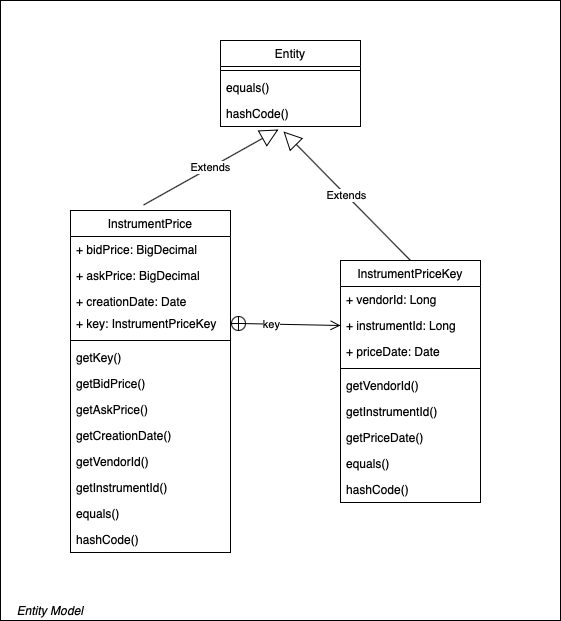
Earlier version of the draw.io export images/entity-model.png (kishorechk/vendor-price-aggregator). Source tidied: cells renumbered, new cells last; positions are measured from the earlier drawing's top-left corner, leaving out a move shared by most shapes. Its diagram source:
```xml
<mxGraphModel>
  <root>
    <mxCell id="0" />
    <mxCell id="1" parent="0" />
    <mxCell id="2" style="rounded=0;whiteSpace=wrap;html=1;" parent="1" vertex="1">
      <mxGeometry width="560" height="620" as="geometry" />
    </mxCell>
    <mxCell id="3" value="InstrumentPrice" style="swimlane;fontStyle=0;horizontal=1;startSize=26;fillColor=none;" parent="1" vertex="1">
      <mxGeometry x="70" y="210" width="160" height="342" as="geometry" />
    </mxCell>
    <mxCell id="4" value="+ bidPrice: BigDecimal" style="text;strokeColor=none;fillColor=none;align=left;verticalAlign=top;spacingLeft=4;spacingRight=4;overflow=hidden;" parent="3" vertex="1">
      <mxGeometry y="26" width="160" height="26" as="geometry" />
    </mxCell>
    <mxCell id="5" value="+ askPrice: BigDecimal" style="text;strokeColor=none;fillColor=none;align=left;verticalAlign=top;spacingLeft=4;spacingRight=4;overflow=hidden;" parent="3" vertex="1">
      <mxGeometry y="52" width="160" height="26" as="geometry" />
    </mxCell>
    <mxCell id="6" value="+ creationDate: Date" style="text;strokeColor=none;fillColor=none;align=left;verticalAlign=top;spacingLeft=4;spacingRight=4;overflow=hidden;" parent="3" vertex="1">
      <mxGeometry y="78" width="160" height="22" as="geometry" />
    </mxCell>
    <mxCell id="7" value="+ key: InstrumentPriceKey" style="text;strokeColor=none;fillColor=none;align=left;verticalAlign=top;spacingLeft=4;spacingRight=4;overflow=hidden;points=[[0,0.5],[1,0.5]];portConstraint=eastwest;" parent="3" vertex="1">
      <mxGeometry y="100" width="160" height="26" as="geometry" />
    </mxCell>
    <mxCell id="8" style="line;strokeWidth=1;fillColor=none;align=left;verticalAlign=middle;spacingTop=-1;spacingLeft=3;spacingRight=3;labelPosition=right;" parent="3" vertex="1">
      <mxGeometry y="126" width="160" height="8" as="geometry" />
    </mxCell>
    <mxCell id="9" value="getKey()" style="text;strokeColor=none;fillColor=none;align=left;verticalAlign=top;spacingLeft=4;spacingRight=4;overflow=hidden;" parent="3" vertex="1">
      <mxGeometry y="134" width="160" height="26" as="geometry" />
    </mxCell>
    <mxCell id="10" value="getBidPrice()" style="text;strokeColor=none;fillColor=none;align=left;verticalAlign=top;spacingLeft=4;spacingRight=4;overflow=hidden;" parent="3" vertex="1">
      <mxGeometry y="160" width="160" height="26" as="geometry" />
    </mxCell>
    <mxCell id="11" value="getAskPrice()" style="text;strokeColor=none;fillColor=none;align=left;verticalAlign=top;spacingLeft=4;spacingRight=4;overflow=hidden;" parent="3" vertex="1">
      <mxGeometry y="186" width="160" height="26" as="geometry" />
    </mxCell>
    <mxCell id="12" value="getCreationDate()" style="text;strokeColor=none;fillColor=none;align=left;verticalAlign=top;spacingLeft=4;spacingRight=4;overflow=hidden;" parent="3" vertex="1">
      <mxGeometry y="212" width="160" height="26" as="geometry" />
    </mxCell>
    <mxCell id="13" value="getVendorId()" style="text;strokeColor=none;fillColor=none;align=left;verticalAlign=top;spacingLeft=4;spacingRight=4;overflow=hidden;" parent="3" vertex="1">
      <mxGeometry y="238" width="160" height="26" as="geometry" />
    </mxCell>
    <mxCell id="14" value="getInstrumentId()" style="text;strokeColor=none;fillColor=none;align=left;verticalAlign=top;spacingLeft=4;spacingRight=4;overflow=hidden;" parent="3" vertex="1">
      <mxGeometry y="264" width="160" height="26" as="geometry" />
    </mxCell>
    <mxCell id="15" value="equals()" style="text;strokeColor=none;fillColor=none;align=left;verticalAlign=top;spacingLeft=4;spacingRight=4;overflow=hidden;" parent="3" vertex="1">
      <mxGeometry y="290" width="160" height="26" as="geometry" />
    </mxCell>
    <mxCell id="16" value="hashCode()" style="text;strokeColor=none;fillColor=none;align=left;verticalAlign=top;spacingLeft=4;spacingRight=4;overflow=hidden;" parent="3" vertex="1">
      <mxGeometry y="316" width="160" height="26" as="geometry" />
    </mxCell>
    <mxCell id="17" value="InstrumentPriceKey" style="swimlane;fontStyle=0;horizontal=1;startSize=26;fillColor=none;" parent="1" vertex="1">
      <mxGeometry x="340" y="260" width="140" height="242" as="geometry" />
    </mxCell>
    <mxCell id="18" value="+ vendorId: Long" style="text;strokeColor=none;fillColor=none;align=left;verticalAlign=top;spacingLeft=4;spacingRight=4;overflow=hidden;" parent="17" vertex="1">
      <mxGeometry y="26" width="140" height="26" as="geometry" />
    </mxCell>
    <mxCell id="19" value="+ instrumentId: Long" style="text;strokeColor=none;fillColor=none;align=left;verticalAlign=top;spacingLeft=4;spacingRight=4;overflow=hidden;points=[[0,0.5],[1,0.5]];portConstraint=eastwest;" parent="17" vertex="1">
      <mxGeometry y="52" width="140" height="26" as="geometry" />
    </mxCell>
    <mxCell id="20" value="+ priceDate: Date" style="text;strokeColor=none;fillColor=none;align=left;verticalAlign=top;spacingLeft=4;spacingRight=4;overflow=hidden;" parent="17" vertex="1">
      <mxGeometry y="78" width="140" height="26" as="geometry" />
    </mxCell>
    <mxCell id="21" style="line;strokeWidth=1;fillColor=none;align=left;verticalAlign=middle;spacingTop=-1;spacingLeft=3;spacingRight=3;labelPosition=right;" parent="17" vertex="1">
      <mxGeometry y="104" width="140" height="8" as="geometry" />
    </mxCell>
    <mxCell id="22" value="getVendorId()" style="text;strokeColor=none;fillColor=none;align=left;verticalAlign=top;spacingLeft=4;spacingRight=4;overflow=hidden;" parent="17" vertex="1">
      <mxGeometry y="112" width="140" height="26" as="geometry" />
    </mxCell>
    <mxCell id="23" value="getInstrumentId()" style="text;strokeColor=none;fillColor=none;align=left;verticalAlign=top;spacingLeft=4;spacingRight=4;overflow=hidden;" parent="17" vertex="1">
      <mxGeometry y="138" width="140" height="26" as="geometry" />
    </mxCell>
    <mxCell id="24" value="getPriceDate()" style="text;strokeColor=none;fillColor=none;align=left;verticalAlign=top;spacingLeft=4;spacingRight=4;overflow=hidden;" parent="17" vertex="1">
      <mxGeometry y="164" width="140" height="26" as="geometry" />
    </mxCell>
    <mxCell id="25" value="equals()" style="text;strokeColor=none;fillColor=none;align=left;verticalAlign=top;spacingLeft=4;spacingRight=4;overflow=hidden;" parent="17" vertex="1">
      <mxGeometry y="190" width="140" height="26" as="geometry" />
    </mxCell>
    <mxCell id="26" value="hashCode()" style="text;strokeColor=none;fillColor=none;align=left;verticalAlign=top;spacingLeft=4;spacingRight=4;overflow=hidden;" parent="17" vertex="1">
      <mxGeometry y="216" width="140" height="26" as="geometry" />
    </mxCell>
    <mxCell id="27" style="endArrow=open;startArrow=circlePlus;endFill=0;startFill=0;endSize=8;html=1;entryX=0;entryY=0.5;entryDx=0;entryDy=0;" parent="1" edge="1" source="7" target="19">
      <mxGeometry relative="1" as="geometry">
        <Array as="points">
          <mxPoint x="240" y="323" />
        </Array>
      </mxGeometry>
    </mxCell>
    <mxCell id="28" value="key" style="edgeLabel;html=1;align=center;verticalAlign=middle;" parent="27" vertex="1">
      <mxGeometry x="-0.25" relative="1" as="geometry" />
    </mxCell>
    <mxCell id="29" value="Extends" style="endArrow=block;endSize=16;endFill=0;html=1;entryX=0.414;entryY=1.115;entryDx=0;entryDy=0;exitX=0.456;exitY=-0.016;exitDx=0;exitDy=0;exitPerimeter=0;entryPerimeter=0;" parent="1" edge="1" source="3" target="34">
      <mxGeometry relative="1" as="geometry" />
    </mxCell>
    <mxCell id="30" value="Extends" style="endArrow=block;endSize=16;endFill=0;html=1;exitX=0.5;exitY=0;exitDx=0;exitDy=0;entryX=0.45;entryY=1.192;entryDx=0;entryDy=0;entryPerimeter=0;" parent="1" edge="1" source="17" target="34">
      <mxGeometry relative="1" as="geometry" />
    </mxCell>
    <mxCell id="31" value="Entity" style="swimlane;fontStyle=0;horizontal=1;startSize=26;fillColor=none;" parent="1" vertex="1">
      <mxGeometry x="220" y="40" width="140" height="86" as="geometry" />
    </mxCell>
    <mxCell id="32" style="line;strokeWidth=1;fillColor=none;align=left;verticalAlign=middle;spacingTop=-1;spacingLeft=3;spacingRight=3;labelPosition=right;" parent="31" vertex="1">
      <mxGeometry y="26" width="140" height="8" as="geometry" />
    </mxCell>
    <mxCell id="33" value="equals()" style="text;strokeColor=none;fillColor=none;align=left;verticalAlign=top;spacingLeft=4;spacingRight=4;overflow=hidden;" parent="31" vertex="1">
      <mxGeometry y="34" width="140" height="26" as="geometry" />
    </mxCell>
    <mxCell id="34" value="hashCode()" style="text;strokeColor=none;fillColor=none;align=left;verticalAlign=top;spacingLeft=4;spacingRight=4;overflow=hidden;points=[[0,0.5],[1,0.5]];portConstraint=eastwest;" parent="31" vertex="1">
      <mxGeometry y="60" width="140" height="26" as="geometry" />
    </mxCell>
    <mxCell id="35" value="Entity Model" style="text;html=1;strokeColor=none;fillColor=none;align=center;verticalAlign=middle;whiteSpace=wrap;rounded=0;fontStyle=2;" parent="1" vertex="1">
      <mxGeometry y="600" width="100" height="20" as="geometry" />
    </mxCell>
  </root>
</mxGraphModel>
```
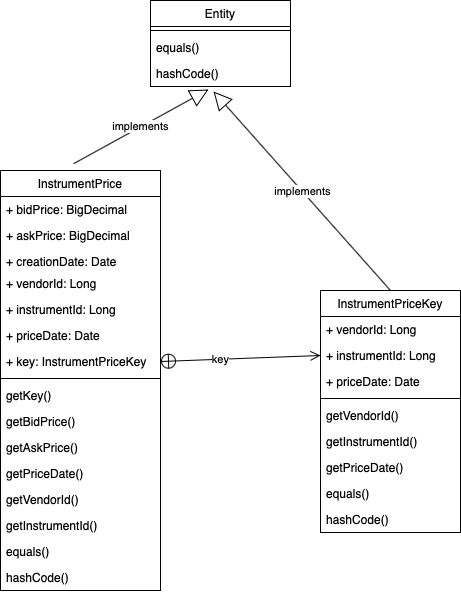
After the change.

Commit message:
added entity model

The edit, as a diff of the source:
```diff
@@ -2,11 +2,8 @@
   <root>
     <mxCell id="0" />
     <mxCell id="1" parent="0" />
-    <mxCell id="2" style="rounded=0;whiteSpace=wrap;html=1;" parent="1" vertex="1">
-      <mxGeometry width="560" height="620" as="geometry" />
-    </mxCell>
     <mxCell id="3" value="InstrumentPrice" style="swimlane;fontStyle=0;horizontal=1;startSize=26;fillColor=none;" parent="1" vertex="1">
-      <mxGeometry x="70" y="210" width="160" height="342" as="geometry" />
+      <mxGeometry x="70" y="210" width="160" height="420" as="geometry" />
     </mxCell>
     <mxCell id="4" value="+ bidPrice: BigDecimal" style="text;strokeColor=none;fillColor=none;align=left;verticalAlign=top;spacingLeft=4;spacingRight=4;overflow=hidden;" parent="3" vertex="1">
       <mxGeometry y="26" width="160" height="26" as="geometry" />
@@ -17,38 +14,47 @@
     <mxCell id="6" value="+ creationDate: Date" style="text;strokeColor=none;fillColor=none;align=left;verticalAlign=top;spacingLeft=4;spacingRight=4;overflow=hidden;" parent="3" vertex="1">
       <mxGeometry y="78" width="160" height="22" as="geometry" />
     </mxCell>
+    <mxCell id="36" value="+ vendorId: Long" style="text;strokeColor=none;fillColor=none;align=left;verticalAlign=top;spacingLeft=4;spacingRight=4;overflow=hidden;" parent="3" vertex="1">
+      <mxGeometry y="100" width="160" height="26" as="geometry" />
+    </mxCell>
+    <mxCell id="37" value="+ instrumentId: Long" style="text;strokeColor=none;fillColor=none;align=left;verticalAlign=top;spacingLeft=4;spacingRight=4;overflow=hidden;" parent="3" vertex="1">
+      <mxGeometry y="126" width="160" height="26" as="geometry" />
+    </mxCell>
+    <mxCell id="38" value="+ priceDate: Date" style="text;strokeColor=none;fillColor=none;align=left;verticalAlign=top;spacingLeft=4;spacingRight=4;overflow=hidden;" parent="3" vertex="1">
+      <mxGeometry y="152" width="160" height="26" as="geometry" />
+    </mxCell>
     <mxCell id="7" value="+ key: InstrumentPriceKey" style="text;strokeColor=none;fillColor=none;align=left;verticalAlign=top;spacingLeft=4;spacingRight=4;overflow=hidden;points=[[0,0.5],[1,0.5]];portConstraint=eastwest;" parent="3" vertex="1">
-      <mxGeometry y="100" width="160" height="26" as="geometry" />
+      <mxGeometry y="178" width="160" height="26" as="geometry" />
     </mxCell>
     <mxCell id="8" style="line;strokeWidth=1;fillColor=none;align=left;verticalAlign=middle;spacingTop=-1;spacingLeft=3;spacingRight=3;labelPosition=right;" parent="3" vertex="1">
-      <mxGeometry y="126" width="160" height="8" as="geometry" />
+      <mxGeometry y="204" width="160" height="8" as="geometry" />
     </mxCell>
     <mxCell id="9" value="getKey()" style="text;strokeColor=none;fillColor=none;align=left;verticalAlign=top;spacingLeft=4;spacingRight=4;overflow=hidden;" parent="3" vertex="1">
-      <mxGeometry y="134" width="160" height="26" as="geometry" />
+      <mxGeometry y="212" width="160" height="26" as="geometry" />
     </mxCell>
     <mxCell id="10" value="getBidPrice()" style="text;strokeColor=none;fillColor=none;align=left;verticalAlign=top;spacingLeft=4;spacingRight=4;overflow=hidden;" parent="3" vertex="1">
-      <mxGeometry y="160" width="160" height="26" as="geometry" />
+      <mxGeometry y="238" width="160" height="26" as="geometry" />
     </mxCell>
     <mxCell id="11" value="getAskPrice()" style="text;strokeColor=none;fillColor=none;align=left;verticalAlign=top;spacingLeft=4;spacingRight=4;overflow=hidden;" parent="3" vertex="1">
-      <mxGeometry y="186" width="160" height="26" as="geometry" />
+      <mxGeometry y="264" width="160" height="26" as="geometry" />
     </mxCell>
-    <mxCell id="12" value="getCreationDate()" style="text;strokeColor=none;fillColor=none;align=left;verticalAlign=top;spacingLeft=4;spacingRight=4;overflow=hidden;" parent="3" vertex="1">
-      <mxGeometry y="212" width="160" height="26" as="geometry" />
+    <mxCell id="12" value="getPriceDate()" style="text;strokeColor=none;fillColor=none;align=left;verticalAlign=top;spacingLeft=4;spacingRight=4;overflow=hidden;" parent="3" vertex="1">
+      <mxGeometry y="290" width="160" height="26" as="geometry" />
     </mxCell>
     <mxCell id="13" value="getVendorId()" style="text;strokeColor=none;fillColor=none;align=left;verticalAlign=top;spacingLeft=4;spacingRight=4;overflow=hidden;" parent="3" vertex="1">
-      <mxGeometry y="238" width="160" height="26" as="geometry" />
+      <mxGeometry y="316" width="160" height="26" as="geometry" />
     </mxCell>
     <mxCell id="14" value="getInstrumentId()" style="text;strokeColor=none;fillColor=none;align=left;verticalAlign=top;spacingLeft=4;spacingRight=4;overflow=hidden;" parent="3" vertex="1">
-      <mxGeometry y="264" width="160" height="26" as="geometry" />
+      <mxGeometry y="342" width="160" height="26" as="geometry" />
     </mxCell>
     <mxCell id="15" value="equals()" style="text;strokeColor=none;fillColor=none;align=left;verticalAlign=top;spacingLeft=4;spacingRight=4;overflow=hidden;" parent="3" vertex="1">
-      <mxGeometry y="290" width="160" height="26" as="geometry" />
+      <mxGeometry y="368" width="160" height="26" as="geometry" />
     </mxCell>
     <mxCell id="16" value="hashCode()" style="text;strokeColor=none;fillColor=none;align=left;verticalAlign=top;spacingLeft=4;spacingRight=4;overflow=hidden;" parent="3" vertex="1">
-      <mxGeometry y="316" width="160" height="26" as="geometry" />
+      <mxGeometry y="394" width="160" height="26" as="geometry" />
     </mxCell>
     <mxCell id="17" value="InstrumentPriceKey" style="swimlane;fontStyle=0;horizontal=1;startSize=26;fillColor=none;" parent="1" vertex="1">
-      <mxGeometry x="340" y="260" width="140" height="242" as="geometry" />
+      <mxGeometry x="390" y="330" width="140" height="242" as="geometry" />
     </mxCell>
     <mxCell id="18" value="+ vendorId: Long" style="text;strokeColor=none;fillColor=none;align=left;verticalAlign=top;spacingLeft=4;spacingRight=4;overflow=hidden;" parent="17" vertex="1">
       <mxGeometry y="26" width="140" height="26" as="geometry" />
@@ -77,20 +83,10 @@
     <mxCell id="26" value="hashCode()" style="text;strokeColor=none;fillColor=none;align=left;verticalAlign=top;spacingLeft=4;spacingRight=4;overflow=hidden;" parent="17" vertex="1">
       <mxGeometry y="216" width="140" height="26" as="geometry" />
     </mxCell>
-    <mxCell id="27" style="endArrow=open;startArrow=circlePlus;endFill=0;startFill=0;endSize=8;html=1;entryX=0;entryY=0.5;entryDx=0;entryDy=0;" parent="1" edge="1" source="7" target="19">
-      <mxGeometry relative="1" as="geometry">
-        <Array as="points">
-          <mxPoint x="240" y="323" />
-        </Array>
-      </mxGeometry>
-    </mxCell>
-    <mxCell id="28" value="key" style="edgeLabel;html=1;align=center;verticalAlign=middle;" parent="27" vertex="1">
-      <mxGeometry x="-0.25" relative="1" as="geometry" />
-    </mxCell>
-    <mxCell id="29" value="Extends" style="endArrow=block;endSize=16;endFill=0;html=1;entryX=0.414;entryY=1.115;entryDx=0;entryDy=0;exitX=0.456;exitY=-0.016;exitDx=0;exitDy=0;exitPerimeter=0;entryPerimeter=0;" parent="1" edge="1" source="3" target="34">
+    <mxCell id="29" value="implements" style="endArrow=block;endSize=16;endFill=0;html=1;entryX=0.414;entryY=1.115;entryDx=0;entryDy=0;exitX=0.456;exitY=-0.016;exitDx=0;exitDy=0;exitPerimeter=0;entryPerimeter=0;" parent="1" edge="1" source="3" target="34">
       <mxGeometry relative="1" as="geometry" />
     </mxCell>
-    <mxCell id="30" value="Extends" style="endArrow=block;endSize=16;endFill=0;html=1;exitX=0.5;exitY=0;exitDx=0;exitDy=0;entryX=0.45;entryY=1.192;entryDx=0;entryDy=0;entryPerimeter=0;" parent="1" edge="1" source="17" target="34">
+    <mxCell id="30" value="implements" style="endArrow=block;endSize=16;endFill=0;html=1;exitX=0.5;exitY=0;exitDx=0;exitDy=0;entryX=0.45;entryY=1.192;entryDx=0;entryDy=0;entryPerimeter=0;" parent="1" edge="1" source="17" target="34">
       <mxGeometry relative="1" as="geometry" />
     </mxCell>
     <mxCell id="31" value="Entity" style="swimlane;fontStyle=0;horizontal=1;startSize=26;fillColor=none;" parent="1" vertex="1">
@@ -105,8 +101,11 @@
     <mxCell id="34" value="hashCode()" style="text;strokeColor=none;fillColor=none;align=left;verticalAlign=top;spacingLeft=4;spacingRight=4;overflow=hidden;points=[[0,0.5],[1,0.5]];portConstraint=eastwest;" parent="31" vertex="1">
       <mxGeometry y="60" width="140" height="26" as="geometry" />
     </mxCell>
-    <mxCell id="35" value="Entity Model" style="text;html=1;strokeColor=none;fillColor=none;align=center;verticalAlign=middle;whiteSpace=wrap;rounded=0;fontStyle=2;" parent="1" vertex="1">
-      <mxGeometry y="600" width="100" height="20" as="geometry" />
-    </mxCell>
+    <mxCell id="27" style="endArrow=open;startArrow=circlePlus;endFill=0;startFill=0;endSize=8;html=1;entryX=0;entryY=0.5;entryDx=0;entryDy=0;exitX=1;exitY=0.5;exitDx=0;exitDy=0;" parent="1" edge="1" source="7" target="19">
+      <mxGeometry relative="1" as="geometry" />
+    </mxCell>
+    <mxCell id="28" value="key" style="edgeLabel;html=1;align=center;verticalAlign=middle;" parent="27" vertex="1">
+      <mxGeometry x="-0.25" relative="1" as="geometry" />
+    </mxCell>
   </root>
 </mxGraphModel>
```
